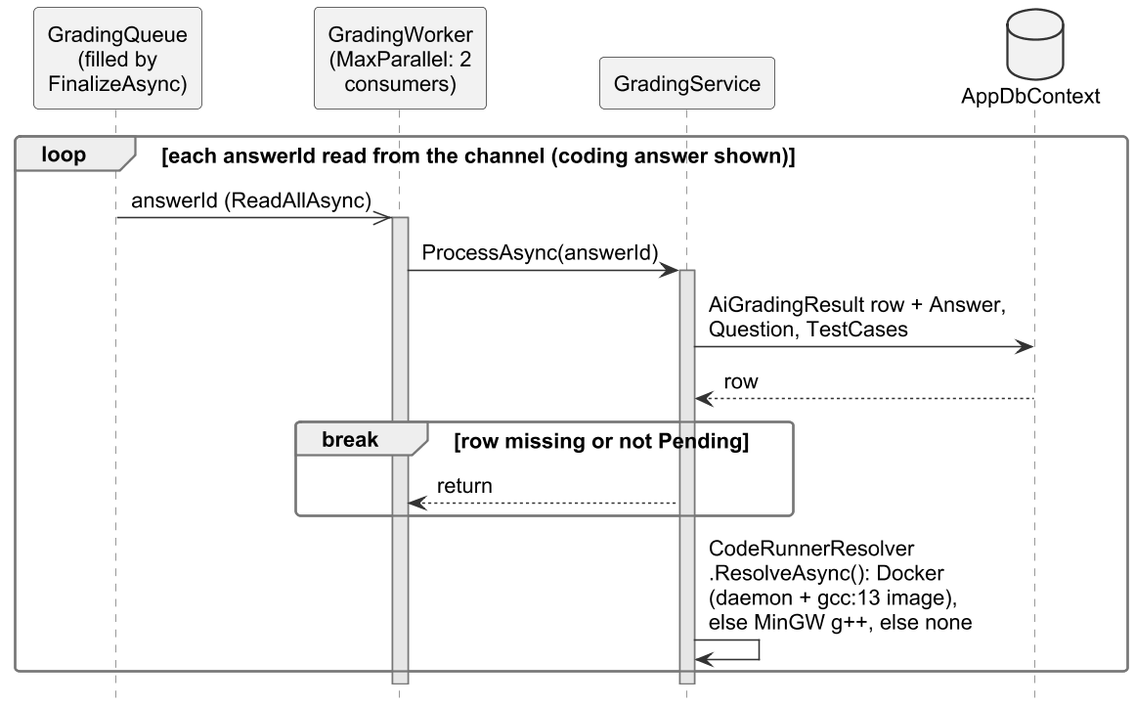
Before: important docs/fyp_doc_3chatp/Figures/seq_compilation.png, a diagram exported from PlantUML (Haiderali27-hub/AI-Lab-Monitoring-). Its source is kept beside it as important docs/fyp_doc_3chatp/Figures/src/seq_compilation.puml.
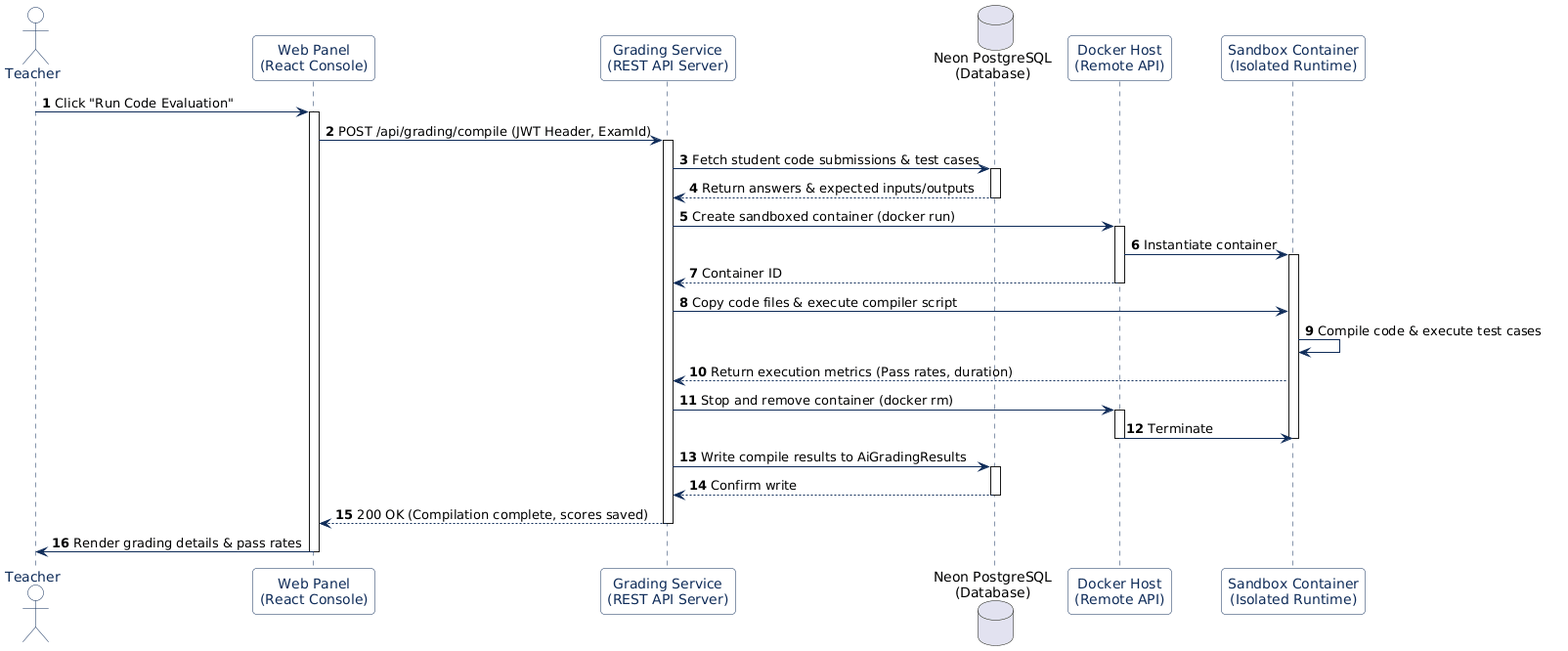
After the commit.

Change to the diagram source:
```diff
@@ -2,7 +2,6 @@
 !include style.iuml
 skinparam defaultFontSize 14
 skinparam ArrowFontSize 14
-skinparam maxMessageSize 200
 hide footbox
 hide unlinked
 skinparam ParticipantPadding 2
@@ -12,23 +11,21 @@
   LifeLineBackgroundColor #E6E6E6
 }
 
-participant "GradingQueue\n(filled by\nFinalizeAsync)" as GQ
-participant "GradingWorker\n(MaxParallel: 2\nconsumers)" as GW
+participant "GradingQueue" as GQ
+participant "GradingWorker\n(2 in parallel)" as GW
 participant "GradingService" as GS
 database "AppDbContext" as DB
-participant "DockerCodeRunner\n(or LocalMingw\nCodeRunner)" as DR
-participant "LiveMonitor\nPage (web)" as WEB
 
-loop each answerId read from the channel (coding answer shown)
-  GQ ->> GW : answerId (ReadAllAsync)
+loop each queued coding answer
+  GQ ->> GW : answer id
   activate GW
-  GW -> GS : ProcessAsync(answerId)
+  GW -> GS : grade answer
   activate GS
-  GS -> DB : AiGradingResult row + Answer,\nQuestion, TestCases
+  GS -> DB : load result row,\nanswer, test cases
   DB --> GS : row
-  break row missing or not Pending
-    GS --> GW : return
+  break row missing or\nnot pending
+    GS --> GW : skip
   end
-  GS -> GS : CodeRunnerResolver\n.ResolveAsync(): Docker\n(daemon + gcc:13 image),\nelse MinGW g++, else none
+  GS -> GS : choose runner:\nDocker, else MinGW,\nelse none
 end
 @enduml
```
